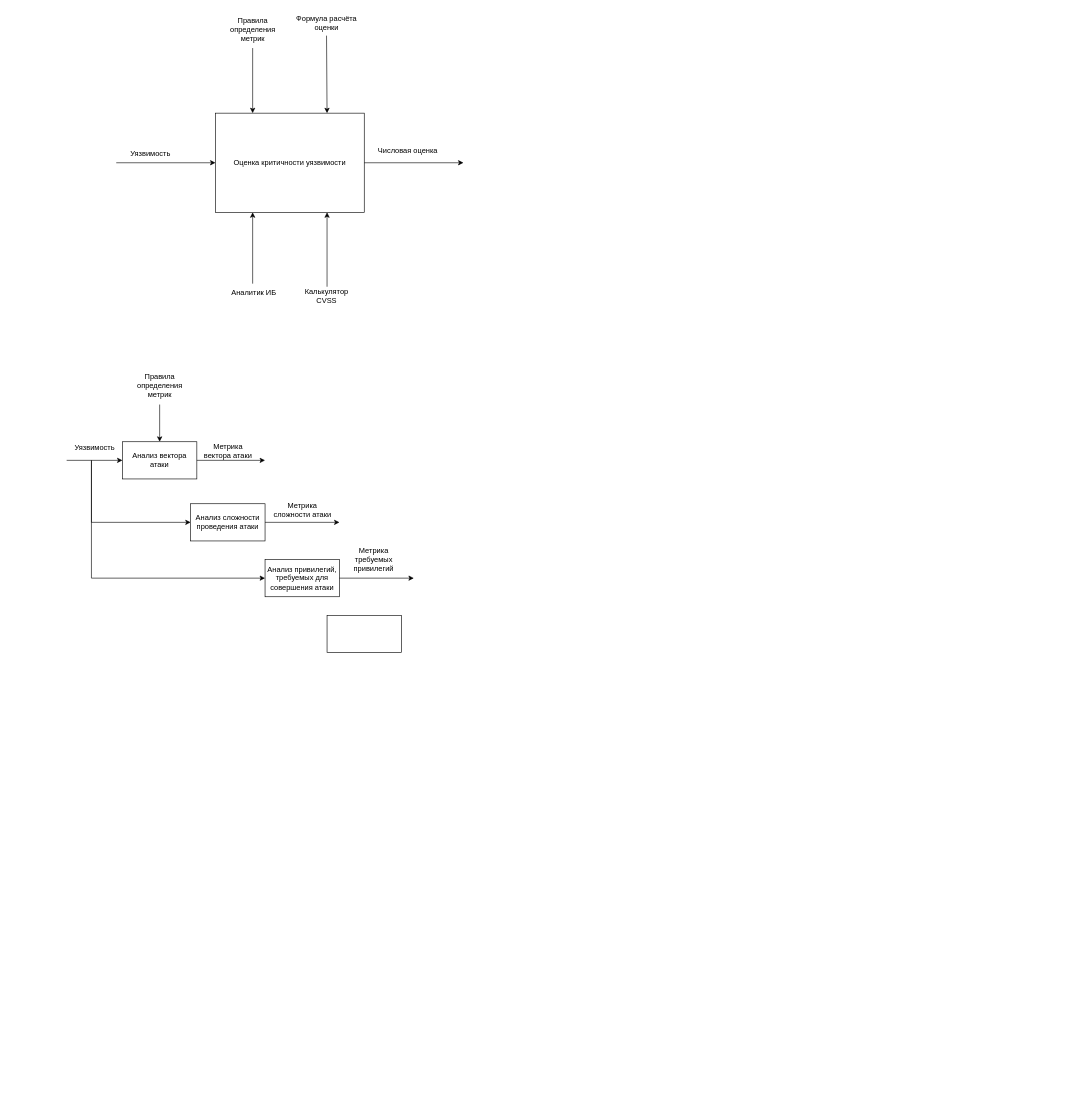
The draw.io diagram page "Страница 1" (1 of 2) of CVSS IDEF.drawio in GevDa140/CVSS, before the edit. Source tidied: cells renumbered, new cells numbered last; positions are measured from the earlier drawing's top-left corner, leaving out a move shared by most shapes. Both pictures are drawn from the tidied source at 62%, with x=0, y=0 at pixel (66, 11).
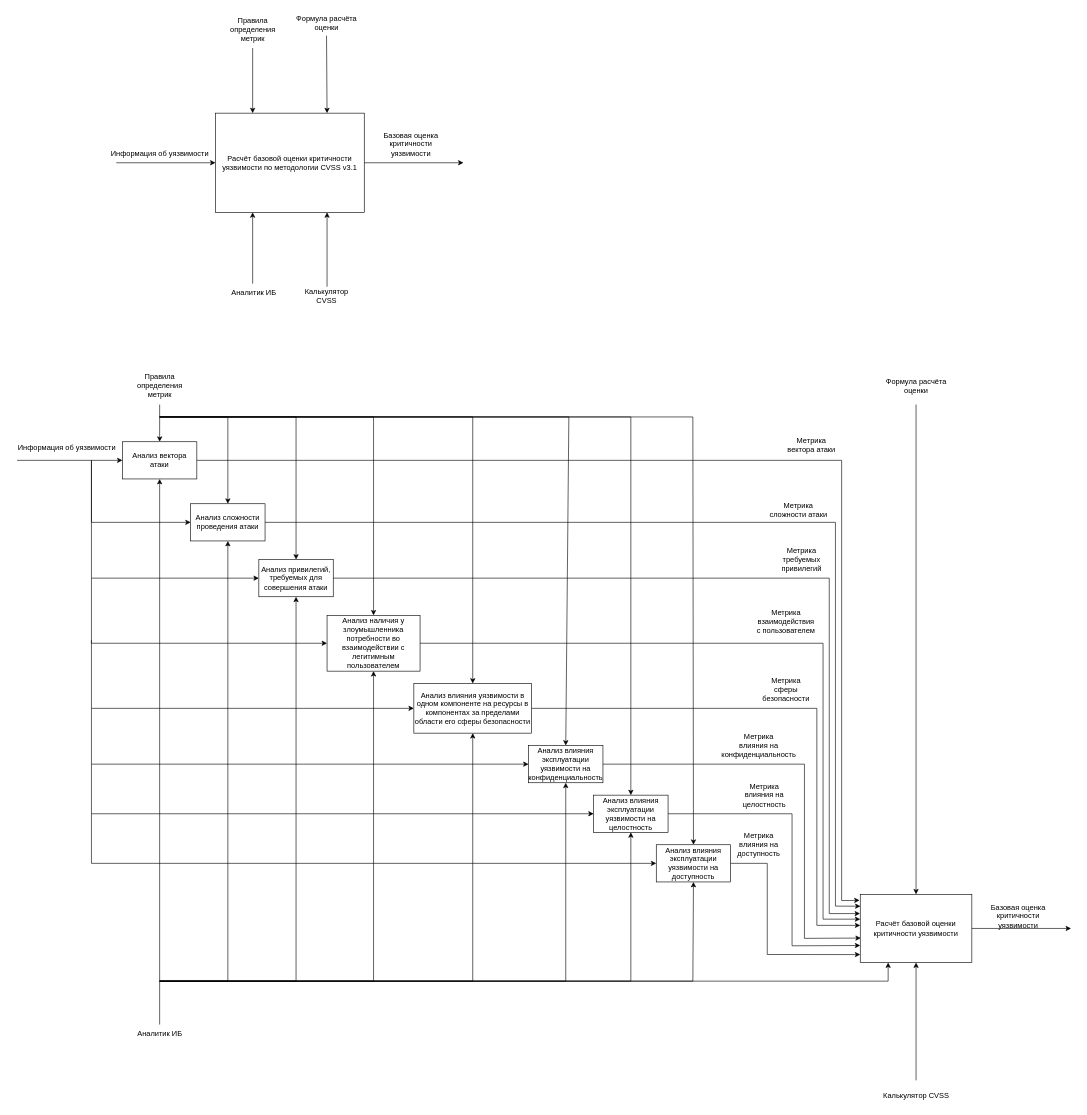
Above is the later version.

The change refers to these unchanged cells:
```xml
<mxCell id="13" value="Анализ вектора атаки" style="rounded=0;whiteSpace=wrap;html=1;" parent="1" vertex="1">
  <mxGeometry x="90" y="695" width="120" height="60" as="geometry" />
</mxCell>
<mxCell id="22" value="Анализ сложности проведения атаки" style="rounded=0;whiteSpace=wrap;html=1;" parent="1" vertex="1">
  <mxGeometry x="200" y="795" width="120" height="60" as="geometry" />
</mxCell>
```

Diff of the diagram source:
```diff
@@
-    <mxCell id="2" value="Оценка критичности уязвимости" style="rounded=0;whiteSpace=wrap;html=1;" parent="1" vertex="1">
+    <mxCell id="2" value="Расчёт базовой оценки критичности уязвимости по методологии CVSS v3.1" style="rounded=0;whiteSpace=wrap;html=1;" parent="1" vertex="1">
       <mxGeometry x="240" y="165" width="240" height="160" as="geometry" />
     </mxCell>
@@
-    <mxCell id="4" value="Уязвимость" style="text;html=1;align=center;verticalAlign=middle;strokeColor=none;fillColor=none;" parent="1" vertex="1">
-      <mxGeometry x="90" y="215" width="90" height="30" as="geometry" />
+    <mxCell id="4" value="Информация об уязвимости" style="text;html=1;align=center;verticalAlign=middle;strokeColor=none;fillColor=none;" parent="1" vertex="1">
+      <mxGeometry x="60" y="215" width="180" height="30" as="geometry" />
     </mxCell>
@@
-    <mxCell id="6" value="Числовая оценка" style="text;html=1;align=center;verticalAlign=middle;strokeColor=none;fillColor=none;" parent="1" vertex="1">
-      <mxGeometry x="490" y="210" width="120" height="30" as="geometry" />
+    <mxCell id="6" value="&lt;span style=&quot;&quot;&gt;Базовая оценка&lt;br&gt;критичности&lt;br&gt;уязвимости&lt;/span&gt;" style="text;html=1;align=center;verticalAlign=middle;strokeColor=none;fillColor=none;" parent="1" vertex="1">
+      <mxGeometry x="500" y="185" width="110" height="60" as="geometry" />
     </mxCell>
@@
     <mxCell id="14" style="endArrow=classic;html=1;rounded=0;entryX=0;entryY=0.5;entryDx=0;entryDy=0;" parent="1" edge="1" target="13">
       <mxGeometry relative="1" as="geometry">
-        <mxPoint y="725" as="sourcePoint" />
+        <mxPoint x="-80" y="725" as="sourcePoint" />
       </mxGeometry>
     </mxCell>
-    <mxCell id="15" value="Уязвимость" style="text;html=1;align=center;verticalAlign=middle;strokeColor=none;fillColor=none;" parent="1" vertex="1">
-      <mxGeometry y="690" width="90" height="30" as="geometry" />
+    <mxCell id="15" value="Информация об уязвимости" style="text;html=1;align=center;verticalAlign=middle;strokeColor=none;fillColor=none;" parent="1" vertex="1">
+      <mxGeometry x="-90" y="690" width="180" height="30" as="geometry" />
     </mxCell>
@@
-    <mxCell id="20" style="endArrow=classic;html=1;rounded=0;exitX=1;exitY=0.5;exitDx=0;exitDy=0;" parent="1" edge="1" source="13">
+    <mxCell id="20" style="endArrow=classic;html=1;rounded=0;exitX=1;exitY=0.5;exitDx=0;exitDy=0;entryX=-0.006;entryY=0.088;entryDx=0;entryDy=0;entryPerimeter=0;" parent="1" edge="1" source="13" target="59">
       <mxGeometry relative="1" as="geometry">
-        <mxPoint x="320" y="725" as="targetPoint" />
+        <Array as="points">
+          <mxPoint x="1250" y="725" />
+          <mxPoint x="1250" y="1435" />
+        </Array>
       </mxGeometry>
     </mxCell>
     <mxCell id="21" value="Метрика&lt;br&gt;вектора атаки" style="text;html=1;align=center;verticalAlign=middle;strokeColor=none;fillColor=none;" parent="1" vertex="1">
-      <mxGeometry x="210" y="690" width="100" height="40" as="geometry" />
+      <mxGeometry x="1151" y="680" width="100" height="40" as="geometry" />
     </mxCell>
@@
-    <mxCell id="24" style="endArrow=classic;html=1;rounded=0;exitX=1;exitY=0.5;exitDx=0;exitDy=0;" parent="1" edge="1" source="22">
+    <mxCell id="24" style="endArrow=classic;html=1;rounded=0;exitX=1;exitY=0.5;exitDx=0;exitDy=0;entryX=0.002;entryY=0.174;entryDx=0;entryDy=0;entryPerimeter=0;" parent="1" edge="1" source="22" target="59">
       <mxGeometry relative="1" as="geometry">
-        <mxPoint x="440" y="825" as="targetPoint" />
+        <Array as="points">
+          <mxPoint x="1240" y="825" />
+          <mxPoint x="1240" y="1444" />
+        </Array>
       </mxGeometry>
     </mxCell>
     <mxCell id="25" value="Метрика&lt;br&gt;сложности атаки" style="text;html=1;align=center;verticalAlign=middle;strokeColor=none;fillColor=none;" parent="1" vertex="1">
-      <mxGeometry x="320" y="785" width="120" height="40" as="geometry" />
+      <mxGeometry x="1120" y="785" width="120" height="40" as="geometry" />
     </mxCell>
     <mxCell id="26" value="Анализ привилегий, требуемых для совершения атаки" style="rounded=0;whiteSpace=wrap;html=1;" parent="1" vertex="1">
-      <mxGeometry x="320" y="885" width="120" height="60" as="geometry" />
+      <mxGeometry x="310" y="885" width="120" height="60" as="geometry" />
     </mxCell>
@@
-    <mxCell id="28" style="endArrow=classic;html=1;rounded=0;exitX=1;exitY=0.5;exitDx=0;exitDy=0;" parent="1" edge="1" source="26">
+    <mxCell id="28" style="endArrow=classic;html=1;rounded=0;exitX=1;exitY=0.5;exitDx=0;exitDy=0;entryX=-0.002;entryY=0.282;entryDx=0;entryDy=0;entryPerimeter=0;" parent="1" edge="1" source="26" target="59">
       <mxGeometry relative="1" as="geometry">
-        <mxPoint x="560" y="915" as="targetPoint" />
+        <Array as="points">
+          <mxPoint x="1230" y="915" />
+          <mxPoint x="1230" y="1456" />
+        </Array>
       </mxGeometry>
     </mxCell>
     <mxCell id="29" value="Метрика&lt;br&gt;требуемых&lt;br&gt;привилегий" style="text;html=1;align=center;verticalAlign=middle;strokeColor=none;fillColor=none;" parent="1" vertex="1">
-      <mxGeometry x="450" y="855" width="90" height="60" as="geometry" />
+      <mxGeometry x="1140" y="855" width="90" height="60" as="geometry" />
     </mxCell>
-    <mxCell id="30" style="rounded=0;whiteSpace=wrap;html=1;" parent="1" vertex="1">
-      <mxGeometry x="420" y="975" width="120" height="60" as="geometry" />
+    <mxCell id="30" value="Анализ наличия у злоумышленника потребности во взаимодействии с легитимным пользователем" style="rounded=0;whiteSpace=wrap;html=1;" parent="1" vertex="1">
+      <mxGeometry x="420" y="975" width="150" height="90" as="geometry" />
     </mxCell>
+    <mxCell id="31" style="endArrow=classic;html=1;rounded=0;entryX=0;entryY=0.5;entryDx=0;entryDy=0;" parent="1" edge="1" target="30">
+      <mxGeometry relative="1" as="geometry">
+        <mxPoint x="40" y="915" as="sourcePoint" />
+        <Array as="points">
+          <mxPoint x="40" y="1020" />
+        </Array>
+      </mxGeometry>
+    </mxCell>
+    <mxCell id="32" style="endArrow=classic;html=1;rounded=0;exitX=1;exitY=0.5;exitDx=0;exitDy=0;entryX=0;entryY=0.364;entryDx=0;entryDy=0;entryPerimeter=0;" parent="1" edge="1" source="30" target="59">
+      <mxGeometry relative="1" as="geometry">
+        <Array as="points">
+          <mxPoint x="1220" y="1020" />
+          <mxPoint x="1220" y="1465" />
+        </Array>
+      </mxGeometry>
+    </mxCell>
+    <mxCell id="33" value="Метрика&lt;br&gt;взаимодействия&lt;br&gt;с пользователем" style="text;html=1;align=center;verticalAlign=middle;strokeColor=none;fillColor=none;" parent="1" vertex="1">
+      <mxGeometry x="1100" y="955" width="120" height="60" as="geometry" />
+    </mxCell>
+    <mxCell id="34" value="Анализ влияния уязвимости в одном компоненте на ресурсы в компонентах за пределами области его сферы безопасности" style="rounded=0;whiteSpace=wrap;html=1;" parent="1" vertex="1">
+      <mxGeometry x="560" y="1085" width="190" height="80" as="geometry" />
+    </mxCell>
+    <mxCell id="35" style="endArrow=classic;html=1;rounded=0;" parent="1" edge="1" target="34">
+      <mxGeometry relative="1" as="geometry">
+        <mxPoint x="40" y="1015" as="sourcePoint" />
+        <Array as="points">
+          <mxPoint x="40" y="1125" />
+        </Array>
+      </mxGeometry>
+    </mxCell>
+    <mxCell id="36" style="endArrow=classic;html=1;rounded=0;exitX=1;exitY=0.5;exitDx=0;exitDy=0;entryX=0;entryY=0.455;entryDx=0;entryDy=0;entryPerimeter=0;" parent="1" edge="1" source="34" target="59">
+      <mxGeometry relative="1" as="geometry">
+        <Array as="points">
+          <mxPoint x="1210" y="1125" />
+          <mxPoint x="1210" y="1475" />
+        </Array>
+      </mxGeometry>
+    </mxCell>
+    <mxCell id="37" value="Метрика&lt;br&gt;сферы&lt;br&gt;безопасности" style="text;html=1;align=center;verticalAlign=middle;strokeColor=none;fillColor=none;" parent="1" vertex="1">
+      <mxGeometry x="1110" y="1065" width="100" height="60" as="geometry" />
+    </mxCell>
+    <mxCell id="38" value="Анализ влияния эксплуатации уязвимости на конфиденциальность" style="rounded=0;whiteSpace=wrap;html=1;" parent="1" vertex="1">
+      <mxGeometry x="745" y="1185" width="120" height="60" as="geometry" />
+    </mxCell>
+    <mxCell id="39" style="endArrow=classic;html=1;rounded=0;entryX=0;entryY=0.5;entryDx=0;entryDy=0;" parent="1" edge="1" target="38">
+      <mxGeometry relative="1" as="geometry">
+        <mxPoint x="40" y="1125" as="sourcePoint" />
+        <Array as="points">
+          <mxPoint x="40" y="1215" />
+        </Array>
+      </mxGeometry>
+    </mxCell>
+    <mxCell id="40" style="endArrow=classic;html=1;rounded=0;exitX=1;exitY=0.5;exitDx=0;exitDy=0;entryX=0.005;entryY=0.641;entryDx=0;entryDy=0;entryPerimeter=0;" parent="1" edge="1" source="38" target="59">
+      <mxGeometry relative="1" as="geometry">
+        <Array as="points">
+          <mxPoint x="1190" y="1215" />
+          <mxPoint x="1190" y="1496" />
+        </Array>
+      </mxGeometry>
+    </mxCell>
+    <mxCell id="41" value="Метрика&lt;br&gt;влияния на&lt;br&gt;конфиденциальность" style="text;html=1;align=center;verticalAlign=middle;strokeColor=none;fillColor=none;" parent="1" vertex="1">
+      <mxGeometry x="1046" y="1155" width="140" height="60" as="geometry" />
+    </mxCell>
+    <mxCell id="42" value="Анализ влияния эксплуатации уязвимости на целостность" style="rounded=0;whiteSpace=wrap;html=1;" parent="1" vertex="1">
+      <mxGeometry x="850" y="1265" width="120" height="60" as="geometry" />
+    </mxCell>
+    <mxCell id="43" style="endArrow=classic;html=1;rounded=0;" parent="1" edge="1" target="42">
+      <mxGeometry relative="1" as="geometry">
+        <mxPoint x="40" y="1215" as="sourcePoint" />
+        <Array as="points">
+          <mxPoint x="40" y="1295" />
+        </Array>
+      </mxGeometry>
+    </mxCell>
+    <mxCell id="44" style="endArrow=classic;html=1;rounded=0;entryX=0;entryY=0.75;entryDx=0;entryDy=0;" parent="1" edge="1" source="42" target="59">
+      <mxGeometry relative="1" as="geometry">
+        <Array as="points">
+          <mxPoint x="1170" y="1295" />
+          <mxPoint x="1170" y="1508" />
+        </Array>
+      </mxGeometry>
+    </mxCell>
+    <mxCell id="45" value="Метрика&lt;br&gt;влияния на&lt;br&gt;целостность" style="text;html=1;align=center;verticalAlign=middle;strokeColor=none;fillColor=none;" parent="1" vertex="1">
+      <mxGeometry x="1080" y="1235" width="90" height="60" as="geometry" />
+    </mxCell>
+    <mxCell id="46" value="Анализ влияния эксплуатации уязвимости на доступность" style="rounded=0;whiteSpace=wrap;html=1;" parent="1" vertex="1">
+      <mxGeometry x="951" y="1345" width="120" height="60" as="geometry" />
+    </mxCell>
+    <mxCell id="47" style="endArrow=classic;html=1;rounded=0;" parent="1" edge="1" target="46">
+      <mxGeometry relative="1" as="geometry">
+        <mxPoint x="40" y="1295" as="sourcePoint" />
+        <Array as="points">
+          <mxPoint x="40" y="1375" />
+        </Array>
+      </mxGeometry>
+    </mxCell>
+    <mxCell id="48" style="endArrow=classic;html=1;rounded=0;entryX=0;entryY=0.883;entryDx=0;entryDy=0;entryPerimeter=0;" parent="1" edge="1" source="46" target="59">
+      <mxGeometry relative="1" as="geometry">
+        <Array as="points">
+          <mxPoint x="1130" y="1375" />
+          <mxPoint x="1130" y="1522" />
+        </Array>
+      </mxGeometry>
+    </mxCell>
+    <mxCell id="49" value="Метрика&lt;br&gt;влияния на&lt;br&gt;доступность" style="text;html=1;align=center;verticalAlign=middle;strokeColor=none;fillColor=none;" parent="1" vertex="1">
+      <mxGeometry x="1071" y="1315" width="90" height="60" as="geometry" />
+    </mxCell>
+    <mxCell id="50" style="endArrow=classic;html=1;rounded=0;entryX=0.5;entryY=1;entryDx=0;entryDy=0;" parent="1" edge="1" target="13">
+      <mxGeometry relative="1" as="geometry">
+        <mxPoint x="150" y="1635" as="sourcePoint" />
+      </mxGeometry>
+    </mxCell>
+    <mxCell id="51" value="Аналитик ИБ" style="text;html=1;align=center;verticalAlign=middle;strokeColor=none;fillColor=none;" parent="1" vertex="1">
+      <mxGeometry x="100" y="1635" width="100" height="30" as="geometry" />
+    </mxCell>
+    <mxCell id="52" style="endArrow=classic;html=1;rounded=0;entryX=0.5;entryY=1;entryDx=0;entryDy=0;" parent="1" edge="1" target="22">
+      <mxGeometry relative="1" as="geometry">
+        <mxPoint x="150" y="1565" as="sourcePoint" />
+        <Array as="points">
+          <mxPoint x="260" y="1565" />
+        </Array>
+      </mxGeometry>
+    </mxCell>
+    <mxCell id="53" style="endArrow=classic;html=1;rounded=0;" parent="1" edge="1" target="26">
+      <mxGeometry relative="1" as="geometry">
+        <mxPoint x="150" y="1565" as="sourcePoint" />
+        <Array as="points">
+          <mxPoint x="370" y="1565" />
+        </Array>
+      </mxGeometry>
+    </mxCell>
+    <mxCell id="54" style="endArrow=classic;html=1;rounded=0;" parent="1" edge="1" target="30">
+      <mxGeometry relative="1" as="geometry">
+        <mxPoint x="150" y="1565" as="sourcePoint" />
+        <Array as="points">
+          <mxPoint x="495" y="1565" />
+        </Array>
+      </mxGeometry>
+    </mxCell>
+    <mxCell id="55" style="endArrow=classic;html=1;rounded=0;" parent="1" edge="1" target="34">
+      <mxGeometry relative="1" as="geometry">
+        <mxPoint x="150" y="1565" as="sourcePoint" />
+        <Array as="points">
+          <mxPoint x="655" y="1565" />
+        </Array>
+      </mxGeometry>
+    </mxCell>
+    <mxCell id="56" style="endArrow=classic;html=1;rounded=0;" parent="1" edge="1" target="38">
+      <mxGeometry relative="1" as="geometry">
+        <mxPoint x="150" y="1565" as="sourcePoint" />
+        <Array as="points">
+          <mxPoint x="805" y="1565" />
+        </Array>
+      </mxGeometry>
+    </mxCell>
+    <mxCell id="57" style="endArrow=classic;html=1;rounded=0;entryX=0.5;entryY=1;entryDx=0;entryDy=0;" parent="1" edge="1" target="42">
+      <mxGeometry relative="1" as="geometry">
+        <mxPoint x="150" y="1565" as="sourcePoint" />
+        <Array as="points">
+          <mxPoint x="910" y="1565" />
+        </Array>
+      </mxGeometry>
+    </mxCell>
+    <mxCell id="58" style="endArrow=classic;html=1;rounded=0;entryX=0.5;entryY=1;entryDx=0;entryDy=0;" parent="1" edge="1" target="46">
+      <mxGeometry relative="1" as="geometry">
+        <mxPoint x="150" y="1565" as="sourcePoint" />
+        <Array as="points">
+          <mxPoint x="1010" y="1565" />
+        </Array>
+      </mxGeometry>
+    </mxCell>
+    <mxCell id="59" value="Расчёт базовой оценки критичности уязвимости" style="rounded=0;whiteSpace=wrap;html=1;" parent="1" vertex="1">
+      <mxGeometry x="1280" y="1425" width="180" height="110" as="geometry" />
+    </mxCell>
+    <mxCell id="60" style="endArrow=classic;html=1;rounded=0;entryX=0.5;entryY=0;entryDx=0;entryDy=0;" parent="1" edge="1" target="22">
+      <mxGeometry relative="1" as="geometry">
+        <mxPoint x="150" y="655" as="sourcePoint" />
+        <Array as="points">
+          <mxPoint x="260" y="655" />
+        </Array>
+      </mxGeometry>
+    </mxCell>
+    <mxCell id="61" style="endArrow=classic;html=1;rounded=0;entryX=0.5;entryY=0;entryDx=0;entryDy=0;" parent="1" edge="1" target="26">
+      <mxGeometry relative="1" as="geometry">
+        <mxPoint x="150" y="655" as="sourcePoint" />
+        <Array as="points">
+          <mxPoint x="370" y="655" />
+        </Array>
+      </mxGeometry>
+    </mxCell>
+    <mxCell id="62" style="endArrow=classic;html=1;rounded=0;entryX=0.5;entryY=0;entryDx=0;entryDy=0;" parent="1" edge="1" target="30">
+      <mxGeometry relative="1" as="geometry">
+        <mxPoint x="150" y="655" as="sourcePoint" />
+        <Array as="points">
+          <mxPoint x="495" y="655" />
+        </Array>
+      </mxGeometry>
+    </mxCell>
+    <mxCell id="63" style="endArrow=classic;html=1;rounded=0;entryX=0.5;entryY=0;entryDx=0;entryDy=0;" parent="1" edge="1" target="34">
+      <mxGeometry relative="1" as="geometry">
+        <mxPoint x="150" y="655" as="sourcePoint" />
+        <Array as="points">
+          <mxPoint x="655" y="655" />
+        </Array>
+      </mxGeometry>
+    </mxCell>
+    <mxCell id="64" style="endArrow=classic;html=1;rounded=0;entryX=0.5;entryY=0;entryDx=0;entryDy=0;" parent="1" edge="1" target="38">
+      <mxGeometry relative="1" as="geometry">
+        <mxPoint x="150" y="655" as="sourcePoint" />
+        <Array as="points">
+          <mxPoint x="810" y="655" />
+        </Array>
+      </mxGeometry>
+    </mxCell>
+    <mxCell id="65" style="endArrow=classic;html=1;rounded=0;entryX=0.5;entryY=0;entryDx=0;entryDy=0;" parent="1" edge="1" target="42">
+      <mxGeometry relative="1" as="geometry">
+        <mxPoint x="150" y="655" as="sourcePoint" />
+        <Array as="points">
+          <mxPoint x="910" y="655" />
+        </Array>
+      </mxGeometry>
+    </mxCell>
+    <mxCell id="66" style="endArrow=classic;html=1;rounded=0;entryX=0.5;entryY=0;entryDx=0;entryDy=0;" parent="1" edge="1" target="46">
+      <mxGeometry relative="1" as="geometry">
+        <mxPoint x="150" y="655" as="sourcePoint" />
+        <Array as="points">
+          <mxPoint x="1010" y="655" />
+        </Array>
+      </mxGeometry>
+    </mxCell>
+    <mxCell id="67" style="endArrow=classic;html=1;rounded=0;entryX=0.5;entryY=0;entryDx=0;entryDy=0;" parent="1" edge="1" target="59">
+      <mxGeometry relative="1" as="geometry">
+        <mxPoint x="1370" y="635" as="sourcePoint" />
+      </mxGeometry>
+    </mxCell>
+    <mxCell id="68" value="Формула расчёта&lt;br&gt;оценки" style="text;html=1;align=center;verticalAlign=middle;strokeColor=none;fillColor=none;" parent="1" vertex="1">
+      <mxGeometry x="1310" y="585" width="120" height="40" as="geometry" />
+    </mxCell>
+    <mxCell id="69" style="endArrow=classic;html=1;rounded=0;entryX=0.25;entryY=1;entryDx=0;entryDy=0;" parent="1" edge="1" target="59">
+      <mxGeometry relative="1" as="geometry">
+        <mxPoint x="150" y="1565" as="sourcePoint" />
+        <Array as="points">
+          <mxPoint x="1325" y="1565" />
+        </Array>
+      </mxGeometry>
+    </mxCell>
+    <mxCell id="70" style="endArrow=classic;html=1;rounded=0;entryX=0.5;entryY=1;entryDx=0;entryDy=0;" parent="1" edge="1" target="59">
+      <mxGeometry relative="1" as="geometry">
+        <mxPoint x="1370" y="1725" as="sourcePoint" />
+      </mxGeometry>
+    </mxCell>
+    <mxCell id="71" value="Калькулятор CVSS" style="text;html=1;align=center;verticalAlign=middle;strokeColor=none;fillColor=none;" parent="1" vertex="1">
+      <mxGeometry x="1305" y="1735" width="130" height="30" as="geometry" />
+    </mxCell>
+    <mxCell id="72" style="endArrow=classic;html=1;rounded=0;exitX=1;exitY=0.5;exitDx=0;exitDy=0;" parent="1" edge="1" source="59">
+      <mxGeometry relative="1" as="geometry">
+        <mxPoint x="1620" y="1480" as="targetPoint" />
+      </mxGeometry>
+    </mxCell>
+    <mxCell id="73" value="Базовая оценка критичности уязвимости" style="text;html=1;strokeColor=none;fillColor=none;align=center;verticalAlign=middle;whiteSpace=wrap;rounded=0;" parent="1" vertex="1">
+      <mxGeometry x="1480" y="1445" width="110" height="30" as="geometry" />
+    </mxCell>
```
